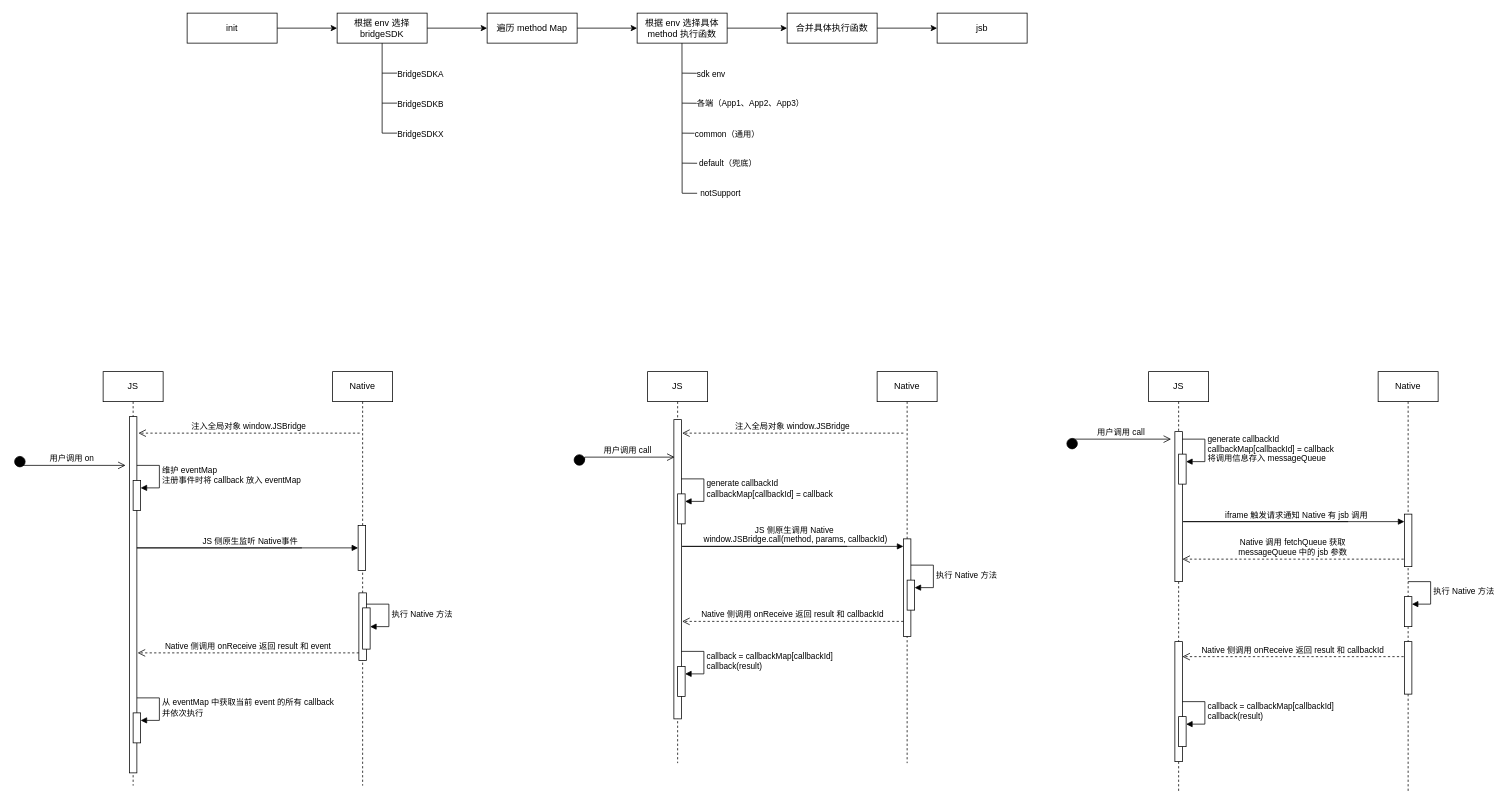
Above: JSBridge.drawio in W4yneChen/draw (draw.io), before the change. Source tidied: cells renumbered, new cells numbered last; positions are measured from the earlier drawing's top-left corner, leaving out a move shared by most shapes. Both pictures are drawn from the tidied source at 75%, with x=0, y=0 at pixel (20, 13).
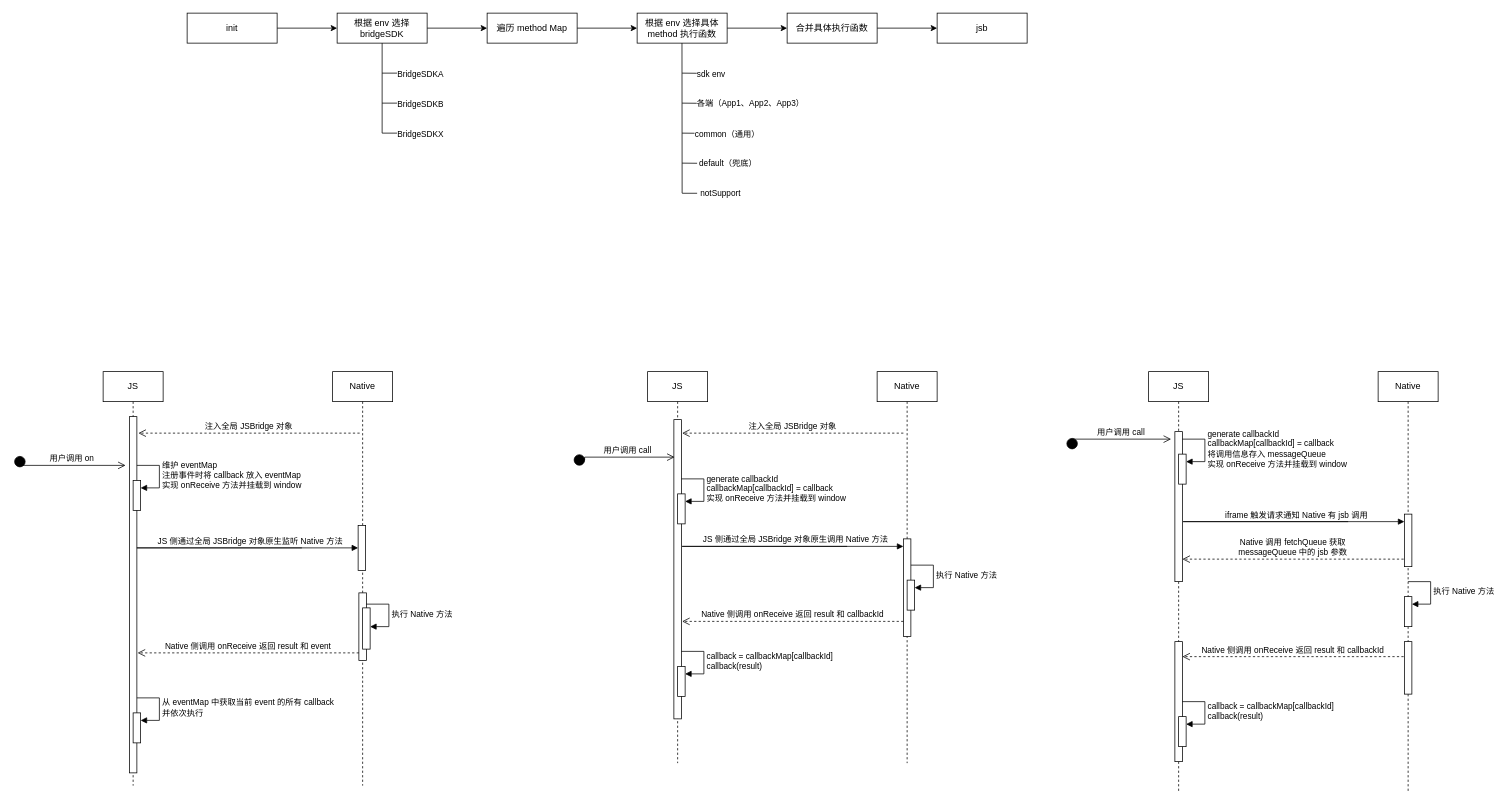
The same diagram, later.

The change refers to these unchanged cells:
```xml
<mxCell id="31" value="JS" style="shape=umlLifeline;perimeter=lifelinePerimeter;whiteSpace=wrap;html=1;newEdgeStyle={&quot;edgeStyle&quot;:&quot;elbowEdgeStyle&quot;,&quot;elbow&quot;:&quot;vertical&quot;,&quot;curved&quot;:0,&quot;rounded&quot;:0};" parent="1" vertex="1">
  <mxGeometry x="837" y="478" width="80" height="522" as="geometry" />
</mxCell>
<mxCell id="33" style="html=1;points=[];perimeter=orthogonalPerimeter;outlineConnect=0;targetShapes=umlLifeline;portConstraint=eastwest;newEdgeStyle={&quot;edgeStyle&quot;:&quot;elbowEdgeStyle&quot;,&quot;elbow&quot;:&quot;vertical&quot;,&quot;curved&quot;:0,&quot;rounded&quot;:0};" parent="31" vertex="1">
  <mxGeometry x="40" y="163" width="10" height="40" as="geometry" />
</mxCell>
<mxCell id="44" value="JS" style="shape=umlLifeline;perimeter=lifelinePerimeter;whiteSpace=wrap;html=1;newEdgeStyle={&quot;edgeStyle&quot;:&quot;elbowEdgeStyle&quot;,&quot;elbow&quot;:&quot;vertical&quot;,&quot;curved&quot;:0,&quot;rounded&quot;:0};" parent="1" vertex="1">
  <mxGeometry x="1505" y="478" width="80" height="560" as="geometry" />
</mxCell>
<mxCell id="46" style="html=1;points=[];perimeter=orthogonalPerimeter;outlineConnect=0;targetShapes=umlLifeline;portConstraint=eastwest;newEdgeStyle={&quot;edgeStyle&quot;:&quot;elbowEdgeStyle&quot;,&quot;elbow&quot;:&quot;vertical&quot;,&quot;curved&quot;:0,&quot;rounded&quot;:0};" parent="44" vertex="1">
  <mxGeometry x="40" y="110" width="10" height="40" as="geometry" />
</mxCell>
<mxCell id="60" value="JS" style="shape=umlLifeline;perimeter=lifelinePerimeter;whiteSpace=wrap;html=1;newEdgeStyle={&quot;edgeStyle&quot;:&quot;elbowEdgeStyle&quot;,&quot;elbow&quot;:&quot;vertical&quot;,&quot;curved&quot;:0,&quot;rounded&quot;:0};" parent="1" vertex="1">
  <mxGeometry x="111" y="478" width="80" height="552" as="geometry" />
</mxCell>
<mxCell id="62" style="html=1;points=[];perimeter=orthogonalPerimeter;outlineConnect=0;targetShapes=umlLifeline;portConstraint=eastwest;newEdgeStyle={&quot;edgeStyle&quot;:&quot;elbowEdgeStyle&quot;,&quot;elbow&quot;:&quot;vertical&quot;,&quot;curved&quot;:0,&quot;rounded&quot;:0};" parent="60" vertex="1">
  <mxGeometry x="40" y="145" width="10" height="40" as="geometry" />
</mxCell>
```

Change to the diagram source:
```diff
@@
-    <mxCell id="34" value="generate callbackId&lt;br&gt;callbackMap[callbackId] = callback" style="html=1;align=left;spacingLeft=2;endArrow=block;rounded=0;edgeStyle=orthogonalEdgeStyle;curved=0;rounded=0;" parent="31" edge="1" target="33">
+    <mxCell id="34" value="generate callbackId&lt;br&gt;callbackMap[callbackId] = callback&lt;br&gt;实现 onReceive 方法并挂载到 window" style="html=1;align=left;spacingLeft=2;endArrow=block;rounded=0;edgeStyle=orthogonalEdgeStyle;curved=0;rounded=0;" parent="31" edge="1" target="33">
       <mxGeometry relative="1" as="geometry">
         <mxPoint x="45" y="143" as="sourcePoint" />
         <Array as="points">
           <mxPoint x="75" y="173" />
         </Array>
       </mxGeometry>
     </mxCell>
@@
-    <mxCell id="43" value="&lt;div&gt;&lt;div class=&quot;old-record-id-Atigdmb5oogznvxZklyccYrrn9i&quot; style=&quot;&quot;&gt;JS 侧原生调用 Native&amp;nbsp;&lt;/div&gt;&lt;div class=&quot;old-record-id-Atigdmb5oogznvxZklyccYrrn9i&quot; style=&quot;&quot;&gt;window.JSBridge.call(method, params, callbackId)&lt;/div&gt;&lt;/div&gt;" style="html=1;verticalAlign=bottom;endArrow=block;edgeStyle=elbowEdgeStyle;elbow=vertical;curved=0;rounded=0;" parent="1" edge="1">
+    <mxCell id="43" value="&lt;div&gt;&lt;div class=&quot;old-record-id-Atigdmb5oogznvxZklyccYrrn9i&quot; style=&quot;&quot;&gt;JS 侧通过全局 JSBridge 对象原生调用 Native 方法&lt;/div&gt;&lt;/div&gt;" style="html=1;verticalAlign=bottom;endArrow=block;edgeStyle=elbowEdgeStyle;elbow=vertical;curved=0;rounded=0;" parent="1" edge="1">
       <mxGeometry x="0.44" relative="1" as="geometry">
         <mxPoint x="1103" y="711" as="sourcePoint" />
         <mxPoint x="1178" y="711" as="targetPoint" />
         <Array as="points">
           <mxPoint x="883" y="711" />
         </Array>
       </mxGeometry>
     </mxCell>
@@
-    <mxCell id="47" value="generate callbackId&lt;br&gt;callbackMap[callbackId] = callback&lt;br&gt;将调用信息存入 messageQueue" style="html=1;align=left;spacingLeft=2;endArrow=block;rounded=0;edgeStyle=orthogonalEdgeStyle;curved=0;rounded=0;" parent="44" edge="1" target="46">
+    <mxCell id="47" value="generate callbackId&lt;br&gt;callbackMap[callbackId] = callback&lt;br&gt;将调用信息存入 messageQueue&lt;br&gt;实现 onReceive 方法并挂载到 window" style="html=1;align=left;spacingLeft=2;endArrow=block;rounded=0;edgeStyle=orthogonalEdgeStyle;curved=0;rounded=0;" parent="44" edge="1" target="46">
       <mxGeometry relative="1" as="geometry">
         <mxPoint x="45" y="90" as="sourcePoint" />
         <Array as="points">
           <mxPoint x="75" y="120" />
         </Array>
       </mxGeometry>
     </mxCell>
@@
-    <mxCell id="63" value="维护 eventMap&lt;br&gt;注册事件时将 callback 放入 eventMap" style="html=1;align=left;spacingLeft=2;endArrow=block;rounded=0;edgeStyle=orthogonalEdgeStyle;curved=0;rounded=0;" parent="60" edge="1" target="62">
+    <mxCell id="63" value="维护 eventMap&lt;br&gt;注册事件时将 callback 放入 eventMap&lt;br&gt;实现 onReceive 方法并挂载到 window" style="html=1;align=left;spacingLeft=2;endArrow=block;rounded=0;edgeStyle=orthogonalEdgeStyle;curved=0;rounded=0;" parent="60" edge="1" target="62">
       <mxGeometry relative="1" as="geometry">
         <mxPoint x="45" y="125" as="sourcePoint" />
         <Array as="points">
           <mxPoint x="75" y="155" />
         </Array>
       </mxGeometry>
     </mxCell>
@@
-    <mxCell id="73" value="&lt;div&gt;&lt;div class=&quot;old-record-id-Atigdmb5oogznvxZklyccYrrn9i&quot; style=&quot;&quot;&gt;&lt;div&gt;&lt;div class=&quot;old-record-id-DFlNdaCX6oZxnPxWwqsc5tY0n9d&quot; style=&quot;&quot;&gt;JS 侧原生监听 Native事件&lt;/div&gt;&lt;/div&gt;&lt;/div&gt;&lt;/div&gt;" style="html=1;verticalAlign=bottom;endArrow=block;edgeStyle=elbowEdgeStyle;elbow=vertical;curved=0;rounded=0;" parent="1" edge="1">
+    <mxCell id="73" value="&lt;div&gt;&lt;div class=&quot;old-record-id-Atigdmb5oogznvxZklyccYrrn9i&quot; style=&quot;&quot;&gt;&lt;div&gt;&lt;div class=&quot;old-record-id-DFlNdaCX6oZxnPxWwqsc5tY0n9d&quot; style=&quot;&quot;&gt;JS 侧通过全局 JSBridge 对象原生监听 Native 方法&lt;br&gt;&lt;/div&gt;&lt;/div&gt;&lt;/div&gt;&lt;/div&gt;" style="html=1;verticalAlign=bottom;endArrow=block;edgeStyle=elbowEdgeStyle;elbow=vertical;curved=0;rounded=0;" parent="1" edge="1">
       <mxGeometry x="0.44" relative="1" as="geometry">
         <mxPoint x="376" y="713" as="sourcePoint" />
         <mxPoint x="451" y="713" as="targetPoint" />
         <Array as="points">
           <mxPoint x="156" y="713" />
         </Array>
       </mxGeometry>
     </mxCell>
-    <mxCell id="74" value="&lt;div&gt;&lt;div class=&quot;old-record-id-Atigdmb5oogznvxZklyccYrrn9i&quot; style=&quot;&quot;&gt;注入全局对象 window.JSBridge&lt;/div&gt;&lt;/div&gt;" style="html=1;verticalAlign=bottom;endArrow=open;dashed=1;endSize=8;edgeStyle=elbowEdgeStyle;elbow=vertical;curved=0;rounded=0;" parent="1" edge="1">
+    <mxCell id="74" value="&lt;div&gt;&lt;div class=&quot;old-record-id-Atigdmb5oogznvxZklyccYrrn9i&quot; style=&quot;&quot;&gt;注入全局 JSBridge 对象&lt;/div&gt;&lt;/div&gt;" style="html=1;verticalAlign=bottom;endArrow=open;dashed=1;endSize=8;edgeStyle=elbowEdgeStyle;elbow=vertical;curved=0;rounded=0;" parent="1" edge="1">
       <mxGeometry relative="1" as="geometry">
         <mxPoint x="1178" y="560" as="sourcePoint" />
         <mxPoint x="883" y="560" as="targetPoint" />
         <Array as="points">
           <mxPoint x="1083" y="560" />
         </Array>
       </mxGeometry>
     </mxCell>
-    <mxCell id="75" value="&lt;div&gt;&lt;div class=&quot;old-record-id-Atigdmb5oogznvxZklyccYrrn9i&quot; style=&quot;&quot;&gt;注入全局对象 window.JSBridge&lt;/div&gt;&lt;/div&gt;" style="html=1;verticalAlign=bottom;endArrow=open;dashed=1;endSize=8;edgeStyle=elbowEdgeStyle;elbow=vertical;curved=0;rounded=0;" parent="1" edge="1">
+    <mxCell id="75" value="&lt;div&gt;&lt;div class=&quot;old-record-id-Atigdmb5oogznvxZklyccYrrn9i&quot; style=&quot;&quot;&gt;注入全局 JSBridge 对象&lt;br&gt;&lt;/div&gt;&lt;/div&gt;" style="html=1;verticalAlign=bottom;endArrow=open;dashed=1;endSize=8;edgeStyle=elbowEdgeStyle;elbow=vertical;curved=0;rounded=0;" parent="1" edge="1">
       <mxGeometry relative="1" as="geometry">
         <mxPoint x="453" y="560" as="sourcePoint" />
         <mxPoint x="158" y="560" as="targetPoint" />
         <Array as="points">
           <mxPoint x="358" y="560" />
         </Array>
       </mxGeometry>
     </mxCell>
```
